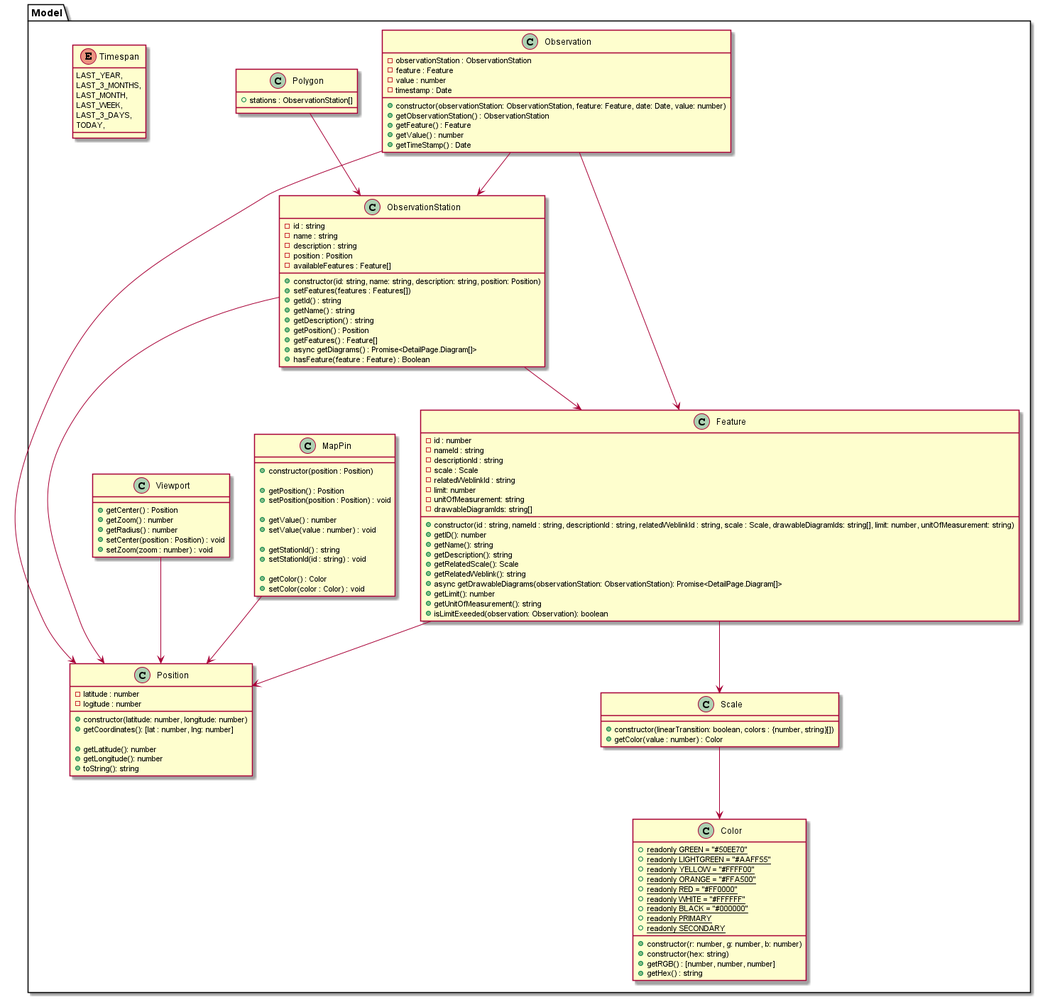
This is Entwurf/Entwurfsdokument/figures/MVC/Model/Model.png from JonaEnz/pse-airquality-1, a PlantUML export, as it was before one commit. Source of this version:
```plantuml
@startuml Model

namespace Model {


    Feature --> Position
    Feature --> Scale

    MapPin --> Position
    Viewport --> Position

    Observation --> Feature
    Observation --> Position
    Observation --> ObservationStation

    ObservationStation --> Feature
    ObservationStation --> Position

    Scale --> Color

    Polygon --> ObservationStation


    class Polygon {
        + stations : ObservationStation[]
    }

    class MapPin {
        +constructor(position : Position)

        + getPosition() : Position
        + setPosition(position : Position) : void

        + getValue() : number
        + setValue(value : number) : void

        + getStationId() : string
        + setStationId(id : string) : void

        + getColor() : Color
        + setColor(color : Color) : void
    }

    class Viewport {
        + getCenter() : Position
        + getZoom() : number
        + getRadius() : number
        + setCenter(position : Position) : void
        + setZoom(zoom : number) : void
    }

    class ObservationStation {
        - id : string
        - name : string
        - description : string
        - position : Position
        - availableFeatures : Feature[]

        + constructor(id: string, name: string, description: string, position: Position)
        + setFeatures(features : Features[])
        + getId() : string
        + getName() : string
        + getDescription() : string
        + getPosition() : Position
        + getFeatures() : Feature[]
        + async getDiagrams() : Promise<DetailPage.Diagram[]>
        + hasFeature(feature : Feature) : Boolean
    }

    class Observation {
        - observationStation : ObservationStation
        - feature : Feature
        - value : number
        - timestamp : Date

        + constructor(observationStation: ObservationStation, feature: Feature, date: Date, value: number)
        + getObservationStation() : ObservationStation
        + getFeature() : Feature
        + getValue() : number
        + getTimeStamp() : Date
    }

    enum Timespan {
        LAST_YEAR,
        LAST_3_MONTHS,
        LAST_MONTH,
        LAST_WEEK,
        LAST_3_DAYS,
        TODAY,
    }

    class Position {
        - latitude : number
        - logitude : number

        + constructor(latitude: number, longitude: number)
        + getCoordinates(): [lat : number, lng: number]

        + getLatitude(): number
        + getLongitude(): number
        + toString(): string
    }

    class Feature {
        - id : number
        - nameId : string
        - descriptionId : string
        - scale : Scale
        - relatedWeblinkId : string
        - limit: number
        - unitOfMeasurement: string
        - drawableDiagramIds: string[]

        + constructor(id : string, nameId : string, descriptionId : string, relatedWeblinkId : string, scale : Scale, drawableDiagramIds: string[], limit: number, unitOfMeasurement: string)
        + getID(): number
        + getName(): string
        + getDescription(): string
        + getRelatedScale(): Scale
        + getRelatedWeblink(): string
        + async getDrawableDiagrams(observationStation: ObservationStation): Promise<DetailPage.Diagram[]>
        + getLimit(): number
        + getUnitOfMeasurement(): string
        + isLimitExeeded(observation: Observation): boolean
    }

    class Color {
        {static} + readonly GREEN = "#50EE70"
        {static} + readonly LIGHTGREEN = "#AAFF55"
        {static} + readonly YELLOW = "#FFFF00"
        {static} + readonly ORANGE = "#FFA500"
        {static} + readonly RED = "#FF0000"
        {static} + readonly WHITE = "#FFFFFF"
        {static} + readonly BLACK = "#000000"
        {static} + readonly PRIMARY
        {static} + readonly SECONDARY

        + constructor(r: number, g: number, b: number)
        + constructor(hex: string)
        + getRGB() : [number, number, number]
        + getHex() : string
    }

    class Scale {
        + constructor(linearTransition: boolean, colors : {number, string}[])
        + getColor(value : number) : Color
    }

}

@enduml
```
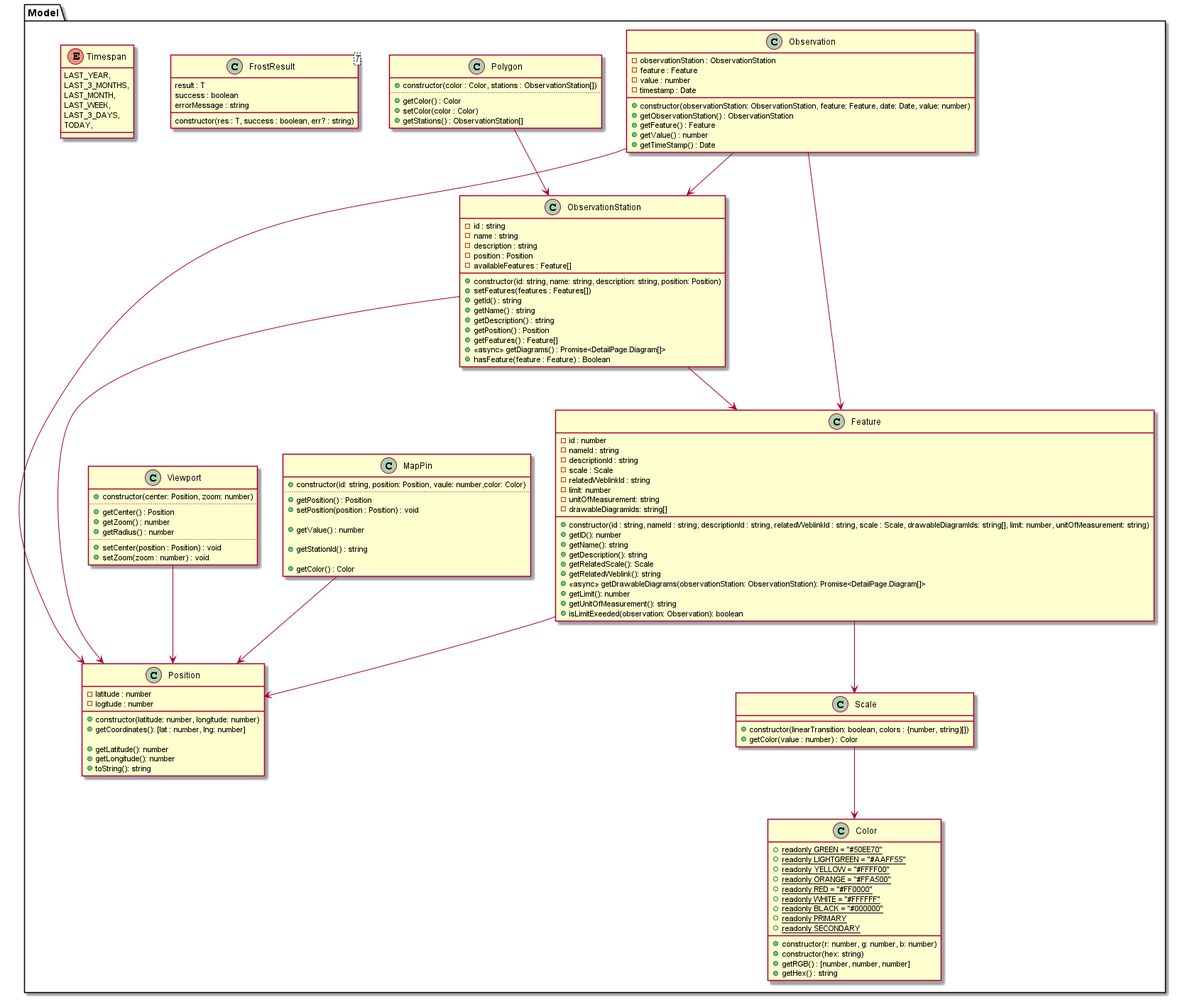
Later version of the same file.

Commit message:
Update PDF diagrams

Change to the diagram source:
```diff
@@ -20,31 +20,41 @@
 
     Polygon --> ObservationStation
 
+    class FrostResult<T> {
+            constructor(res : T, success : boolean, err? : string)
+            result : T
+            success : boolean
+            errorMessage : string
+        }
 
     class Polygon {
-        + stations : ObservationStation[]
+        + constructor(color : Color, stations : ObservationStation[])
+        ..
+        + getColor() : Color
+        + setColor(color : Color)
+        + getStations() : ObservationStation[]
     }
 
     class MapPin {
-        +constructor(position : Position)
-
+        +constructor(id: string, position: Position, vaule: number,color: Color)
+        ..
         + getPosition() : Position
         + setPosition(position : Position) : void
 
         + getValue() : number
-        + setValue(value : number) : void
 
         + getStationId() : string
-        + setStationId(id : string) : void
 
         + getColor() : Color
-        + setColor(color : Color) : void
     }
 
     class Viewport {
+        + constructor(center: Position, zoom: number)
+        ..
         + getCenter() : Position
         + getZoom() : number
         + getRadius() : number
+        ..
         + setCenter(position : Position) : void
         + setZoom(zoom : number) : void
     }
@@ -63,7 +73,7 @@
         + getDescription() : string
         + getPosition() : Position
         + getFeatures() : Feature[]
-        + async getDiagrams() : Promise<DetailPage.Diagram[]>
+        + <<async>> getDiagrams() : Promise<DetailPage.Diagram[]>
         + hasFeature(feature : Feature) : Boolean
     }
 
@@ -117,7 +127,7 @@
         + getDescription(): string
         + getRelatedScale(): Scale
         + getRelatedWeblink(): string
-        + async getDrawableDiagrams(observationStation: ObservationStation): Promise<DetailPage.Diagram[]>
+        + <<async>> getDrawableDiagrams(observationStation: ObservationStation): Promise<DetailPage.Diagram[]>
         + getLimit(): number
         + getUnitOfMeasurement(): string
         + isLimitExeeded(observation: Observation): boolean
```
